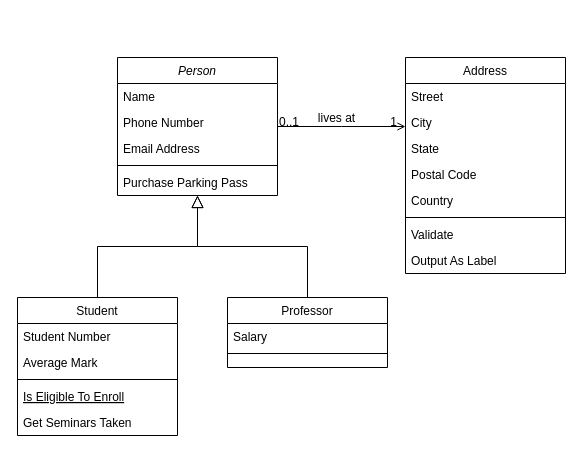
Before: Untitled Diagram.drawio in ApoorvShah111/trialStuff, a draw.io diagram. Source tidied: cells renumbered, new cells numbered last; positions are measured from the earlier drawing's top-left corner, leaving out a move shared by most shapes. Both pictures are drawn from the tidied source at 100%, with x=0, y=0 at pixel (17, 57).
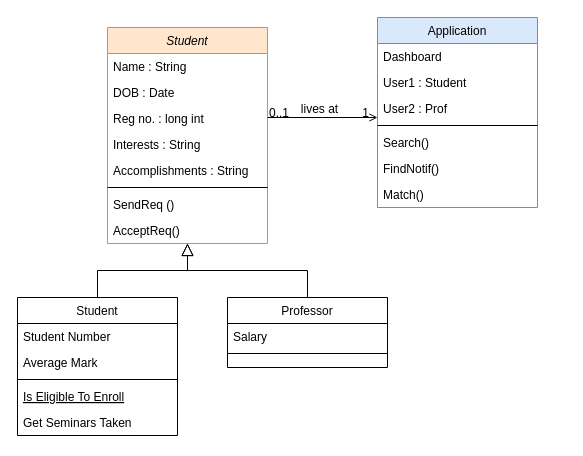
After the change.

Unchanged cells that the change refers to:
```xml
<mxCell id="28" style="endArrow=open;shadow=0;strokeWidth=1;rounded=0;endFill=1;edgeStyle=elbowEdgeStyle;elbow=vertical;" parent="1" edge="1" source="2" target="19">
  <mxGeometry x="0.5" y="41" relative="1" as="geometry">
    <mxPoint x="-40" y="32" as="offset" />
  </mxGeometry>
</mxCell>
```

Change to the diagram source:
```diff
@@
-    <mxCell id="2" value="Person" style="swimlane;fontStyle=2;align=center;verticalAlign=top;horizontal=1;startSize=26;rounded=0;shadow=0;strokeWidth=1;" parent="1" vertex="1">
-      <mxGeometry x="100" width="160" height="138" as="geometry" />
+    <mxCell id="2" value="Student" style="swimlane;fontStyle=2;align=center;verticalAlign=top;horizontal=1;startSize=26;rounded=0;shadow=0;strokeWidth=1;fillColor=#ffe6cc;strokeColor=#d79b00;" parent="1" vertex="1">
+      <mxGeometry x="90" y="-30" width="160" height="216" as="geometry" />
     </mxCell>
-    <mxCell id="3" value="Name" style="text;align=left;verticalAlign=top;spacingLeft=4;spacingRight=4;overflow=hidden;" parent="2" vertex="1">
+    <mxCell id="3" value="Name : String" style="text;align=left;verticalAlign=top;spacingLeft=4;spacingRight=4;overflow=hidden;" parent="2" vertex="1">
       <mxGeometry y="26" width="160" height="26" as="geometry" />
     </mxCell>
-    <mxCell id="4" value="Phone Number" style="text;align=left;verticalAlign=top;spacingLeft=4;spacingRight=4;overflow=hidden;rounded=0;shadow=0;html=0;" parent="2" vertex="1">
+    <mxCell id="4" value="DOB : Date" style="text;align=left;verticalAlign=top;spacingLeft=4;spacingRight=4;overflow=hidden;rounded=0;shadow=0;html=0;" parent="2" vertex="1">
       <mxGeometry y="52" width="160" height="26" as="geometry" />
     </mxCell>
-    <mxCell id="5" value="Email Address" style="text;align=left;verticalAlign=top;spacingLeft=4;spacingRight=4;overflow=hidden;rounded=0;shadow=0;html=0;" parent="2" vertex="1">
+    <mxCell id="5" value="Reg no. : long int" style="text;align=left;verticalAlign=top;spacingLeft=4;spacingRight=4;overflow=hidden;rounded=0;shadow=0;html=0;" parent="2" vertex="1">
       <mxGeometry y="78" width="160" height="26" as="geometry" />
     </mxCell>
+    <mxCell id="32" value="Interests : String" style="text;align=left;verticalAlign=top;spacingLeft=4;spacingRight=4;overflow=hidden;" parent="2" vertex="1">
+      <mxGeometry y="104" width="160" height="26" as="geometry" />
+    </mxCell>
+    <mxCell id="33" value="Accomplishments : String" style="text;align=left;verticalAlign=top;spacingLeft=4;spacingRight=4;overflow=hidden;" parent="2" vertex="1">
+      <mxGeometry y="130" width="160" height="26" as="geometry" />
+    </mxCell>
     <mxCell id="6" style="line;html=1;strokeWidth=1;align=left;verticalAlign=middle;spacingTop=-1;spacingLeft=3;spacingRight=3;labelPosition=right;" parent="2" vertex="1">
-      <mxGeometry y="104" width="160" height="8" as="geometry" />
+      <mxGeometry y="156" width="160" height="8" as="geometry" />
     </mxCell>
-    <mxCell id="7" value="Purchase Parking Pass" style="text;align=left;verticalAlign=top;spacingLeft=4;spacingRight=4;overflow=hidden;" parent="2" vertex="1">
-      <mxGeometry y="112" width="160" height="26" as="geometry" />
+    <mxCell id="7" value="SendReq ()" style="text;align=left;verticalAlign=top;spacingLeft=4;spacingRight=4;overflow=hidden;" parent="2" vertex="1">
+      <mxGeometry y="164" width="160" height="26" as="geometry" />
     </mxCell>
+    <mxCell id="34" value="AcceptReq()" style="text;align=left;verticalAlign=top;spacingLeft=4;spacingRight=4;overflow=hidden;" parent="2" vertex="1">
+      <mxGeometry y="190" width="160" height="26" as="geometry" />
+    </mxCell>
@@
-    <mxCell id="19" value="Address" style="swimlane;fontStyle=0;align=center;verticalAlign=top;horizontal=1;startSize=26;rounded=0;shadow=0;strokeWidth=1;" parent="1" vertex="1">
-      <mxGeometry x="388" width="160" height="216" as="geometry" />
+    <mxCell id="19" value="Application" style="swimlane;fontStyle=0;align=center;verticalAlign=top;horizontal=1;startSize=26;rounded=0;shadow=0;strokeWidth=1;fillColor=#dae8fc;strokeColor=#6c8ebf;" parent="1" vertex="1">
+      <mxGeometry x="360" y="-40" width="160" height="190" as="geometry" />
     </mxCell>
-    <mxCell id="20" value="Street" style="text;align=left;verticalAlign=top;spacingLeft=4;spacingRight=4;overflow=hidden;" parent="19" vertex="1">
+    <mxCell id="20" value="Dashboard" style="text;align=left;verticalAlign=top;spacingLeft=4;spacingRight=4;overflow=hidden;" parent="19" vertex="1">
       <mxGeometry y="26" width="160" height="26" as="geometry" />
     </mxCell>
-    <mxCell id="21" value="City" style="text;align=left;verticalAlign=top;spacingLeft=4;spacingRight=4;overflow=hidden;rounded=0;shadow=0;html=0;" parent="19" vertex="1">
+    <mxCell id="21" value="User1 : Student" style="text;align=left;verticalAlign=top;spacingLeft=4;spacingRight=4;overflow=hidden;rounded=0;shadow=0;html=0;" parent="19" vertex="1">
       <mxGeometry y="52" width="160" height="26" as="geometry" />
     </mxCell>
-    <mxCell id="22" value="State" style="text;align=left;verticalAlign=top;spacingLeft=4;spacingRight=4;overflow=hidden;rounded=0;shadow=0;html=0;" parent="19" vertex="1">
+    <mxCell id="22" value="User2 : Prof" style="text;align=left;verticalAlign=top;spacingLeft=4;spacingRight=4;overflow=hidden;rounded=0;shadow=0;html=0;" parent="19" vertex="1">
       <mxGeometry y="78" width="160" height="26" as="geometry" />
     </mxCell>
-    <mxCell id="23" value="Postal Code" style="text;align=left;verticalAlign=top;spacingLeft=4;spacingRight=4;overflow=hidden;rounded=0;shadow=0;html=0;" parent="19" vertex="1">
-      <mxGeometry y="104" width="160" height="26" as="geometry" />
-    </mxCell>
-    <mxCell id="24" value="Country" style="text;align=left;verticalAlign=top;spacingLeft=4;spacingRight=4;overflow=hidden;rounded=0;shadow=0;html=0;" parent="19" vertex="1">
-      <mxGeometry y="130" width="160" height="26" as="geometry" />
-    </mxCell>
     <mxCell id="25" style="line;html=1;strokeWidth=1;align=left;verticalAlign=middle;spacingTop=-1;spacingLeft=3;spacingRight=3;labelPosition=right;" parent="19" vertex="1">
-      <mxGeometry y="156" width="160" height="8" as="geometry" />
+      <mxGeometry y="104" width="160" height="8" as="geometry" />
     </mxCell>
-    <mxCell id="26" value="Validate" style="text;align=left;verticalAlign=top;spacingLeft=4;spacingRight=4;overflow=hidden;" parent="19" vertex="1">
-      <mxGeometry y="164" width="160" height="26" as="geometry" />
+    <mxCell id="26" value="Search()" style="text;align=left;verticalAlign=top;spacingLeft=4;spacingRight=4;overflow=hidden;" parent="19" vertex="1">
+      <mxGeometry y="112" width="160" height="26" as="geometry" />
     </mxCell>
-    <mxCell id="27" value="Output As Label" style="text;align=left;verticalAlign=top;spacingLeft=4;spacingRight=4;overflow=hidden;" parent="19" vertex="1">
-      <mxGeometry y="190" width="160" height="26" as="geometry" />
+    <mxCell id="27" value="FindNotif()" style="text;align=left;verticalAlign=top;spacingLeft=4;spacingRight=4;overflow=hidden;" parent="19" vertex="1">
+      <mxGeometry y="138" width="160" height="26" as="geometry" />
     </mxCell>
+    <mxCell id="35" value="Match()" style="text;align=left;verticalAlign=top;spacingLeft=4;spacingRight=4;overflow=hidden;" parent="19" vertex="1">
+      <mxGeometry y="164" width="160" height="26" as="geometry" />
+    </mxCell>
@@
     <mxCell id="31" value="lives at" style="text;html=1;align=center;verticalAlign=middle;labelBackgroundColor=none;rounded=0;shadow=0;strokeWidth=1;fontSize=12;" parent="28" vertex="1">
       <mxGeometry x="0.5" y="49" relative="1" as="geometry">
-        <mxPoint x="-38" y="40" as="offset" />
+        <mxPoint x="-32" y="40" as="offset" />
       </mxGeometry>
     </mxCell>
```
